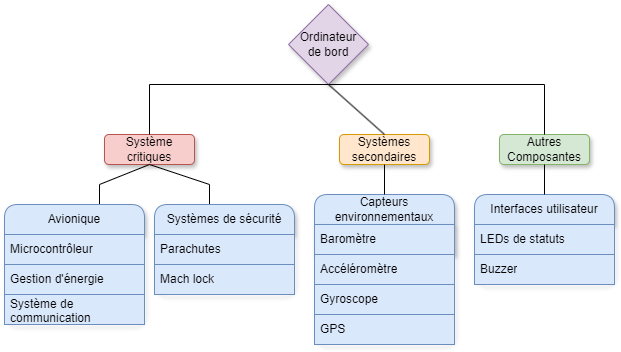
This is Documentation/ODB2/Explications/Diagram_Structure.png from GAULAvionique2024-2025/Ordinateur-de-bord, a draw.io export, as it was before one commit. Source tidied: cells renumbered, new cells last; positions are measured from the earlier drawing's top-left corner, leaving out a move shared by most shapes.
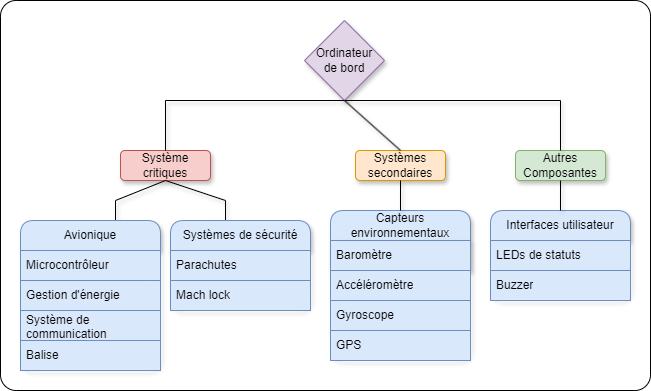
The same file after the commit.

Diff of the diagram source:
```diff
@@ -2,6 +2,9 @@
   <root>
     <mxCell id="0" />
     <mxCell id="1" parent="0" />
+    <mxCell id="28" style="rounded=1;whiteSpace=wrap;html=1;arcSize=4;" parent="1" vertex="1">
+      <mxGeometry x="-20" y="-20" width="650" height="390" as="geometry" />
+    </mxCell>
     <mxCell id="2" value="Ordinateur&lt;div&gt;de bord&lt;/div&gt;" style="rhombus;whiteSpace=wrap;html=1;fillColor=#e1d5e7;strokeColor=#9673a6;rounded=0;shadow=1;" parent="1" vertex="1">
       <mxGeometry x="284" width="80" height="80" as="geometry" />
     </mxCell>
@@ -14,24 +17,24 @@
     <mxCell id="5" value="Système&lt;div&gt;critiques&lt;/div&gt;" style="rounded=1;whiteSpace=wrap;html=1;shadow=1;fillColor=#f8cecc;strokeColor=#b85450;" parent="1" vertex="1">
       <mxGeometry x="100" y="130" width="90" height="30" as="geometry" />
     </mxCell>
-    <mxCell id="6" style="endArrow=none;html=1;rounded=0;exitX=0.5;exitY=0;exitDx=0;exitDy=0;entryX=0.5;entryY=1;entryDx=0;entryDy=0;shadow=0;flowAnimation=0;" parent="1" edge="1" source="5" target="2">
+    <mxCell id="6" style="endArrow=none;html=1;rounded=0;exitX=0.5;exitY=0;exitDx=0;exitDy=0;entryX=0.5;entryY=1;entryDx=0;entryDy=0;shadow=1;flowAnimation=0;" parent="1" edge="1" source="5" target="2">
       <mxGeometry relative="1" as="geometry">
         <Array as="points">
           <mxPoint x="145" y="80" />
         </Array>
       </mxGeometry>
     </mxCell>
-    <mxCell id="7" style="endArrow=none;html=1;rounded=0;exitX=0.5;exitY=0;exitDx=0;exitDy=0;entryX=0.5;entryY=1;entryDx=0;entryDy=0;" parent="1" edge="1" source="4" target="2">
+    <mxCell id="7" style="endArrow=none;html=1;rounded=0;exitX=0.5;exitY=0;exitDx=0;exitDy=0;entryX=0.5;entryY=1;entryDx=0;entryDy=0;shadow=1;" parent="1" edge="1" source="4" target="2">
       <mxGeometry relative="1" as="geometry">
         <Array as="points">
           <mxPoint x="540" y="80" />
         </Array>
       </mxGeometry>
     </mxCell>
-    <mxCell id="8" style="endArrow=none;html=1;rounded=0;exitX=0.5;exitY=0;exitDx=0;exitDy=0;entryX=0.5;entryY=1;entryDx=0;entryDy=0;" parent="1" edge="1" source="3" target="2">
+    <mxCell id="8" style="endArrow=none;html=1;rounded=0;exitX=0.5;exitY=0;exitDx=0;exitDy=0;entryX=0.5;entryY=1;entryDx=0;entryDy=0;shadow=1;" parent="1" edge="1" source="3" target="2">
       <mxGeometry relative="1" as="geometry" />
     </mxCell>
-    <mxCell id="9" style="endArrow=none;html=1;rounded=0;entryX=0.5;entryY=1;entryDx=0;entryDy=0;exitX=0.5;exitY=0;exitDx=0;exitDy=0;" parent="1" edge="1" target="5">
+    <mxCell id="9" style="endArrow=none;html=1;rounded=0;entryX=0.5;entryY=1;entryDx=0;entryDy=0;exitX=0.5;exitY=0;exitDx=0;exitDy=0;shadow=1;" parent="1" edge="1" target="5">
       <mxGeometry relative="1" as="geometry">
         <mxPoint x="95" y="200" as="sourcePoint" />
         <Array as="points">
@@ -39,7 +42,7 @@
         </Array>
       </mxGeometry>
     </mxCell>
-    <mxCell id="10" style="endArrow=none;html=1;rounded=0;exitX=0.5;exitY=1;exitDx=0;exitDy=0;entryX=0.5;entryY=0;entryDx=0;entryDy=0;" parent="1" edge="1" source="5">
+    <mxCell id="10" style="endArrow=none;html=1;rounded=0;exitX=0.5;exitY=1;exitDx=0;exitDy=0;entryX=0.5;entryY=0;entryDx=0;entryDy=0;shadow=1;" parent="1" edge="1" source="5">
       <mxGeometry relative="1" as="geometry">
         <mxPoint x="205" y="200" as="targetPoint" />
         <Array as="points">
@@ -48,7 +51,7 @@
       </mxGeometry>
     </mxCell>
     <mxCell id="11" value="Avionique" style="swimlane;fontStyle=0;horizontal=1;startSize=30;whiteSpace=wrap;html=1;rounded=1;shadow=1;fillColor=#dae8fc;strokeColor=#6c8ebf;" parent="1" vertex="1">
-      <mxGeometry y="200" width="140" height="120" as="geometry" />
+      <mxGeometry y="200" width="140" height="150" as="geometry" />
     </mxCell>
     <mxCell id="12" value="Microcontrôleur" style="text;strokeColor=#6c8ebf;fillColor=#dae8fc;align=left;verticalAlign=middle;spacingLeft=4;spacingRight=4;overflow=hidden;whiteSpace=wrap;html=1;" parent="11" vertex="1">
       <mxGeometry y="30" width="140" height="30" as="geometry" />
@@ -59,6 +62,9 @@
     <mxCell id="14" value="Système de communication" style="text;strokeColor=#6c8ebf;fillColor=#dae8fc;align=left;verticalAlign=middle;spacingLeft=4;spacingRight=4;overflow=hidden;whiteSpace=wrap;html=1;" parent="11" vertex="1">
       <mxGeometry y="90" width="140" height="30" as="geometry" />
     </mxCell>
+    <mxCell id="29" value="Balise" style="text;strokeColor=#6c8ebf;fillColor=#dae8fc;align=left;verticalAlign=middle;spacingLeft=4;spacingRight=4;overflow=hidden;whiteSpace=wrap;html=1;" parent="11" vertex="1">
+      <mxGeometry y="120" width="140" height="30" as="geometry" />
+    </mxCell>
     <mxCell id="15" value="Systèmes de sécurité" style="swimlane;fontStyle=0;horizontal=1;startSize=30;whiteSpace=wrap;html=1;rounded=1;shadow=1;fillColor=#dae8fc;strokeColor=#6c8ebf;" parent="1" vertex="1">
       <mxGeometry x="150" y="200" width="140" height="90" as="geometry" />
     </mxCell>
@@ -92,10 +98,10 @@
     <mxCell id="25" value="Buzzer" style="text;strokeColor=#6c8ebf;fillColor=#dae8fc;align=left;verticalAlign=middle;spacingLeft=4;spacingRight=4;overflow=hidden;whiteSpace=wrap;html=1;" parent="23" vertex="1">
       <mxGeometry y="60" width="140" height="30" as="geometry" />
     </mxCell>
-    <mxCell id="26" style="endArrow=none;html=1;rounded=0;exitX=0.5;exitY=1;exitDx=0;exitDy=0;entryX=0.5;entryY=0;entryDx=0;entryDy=0;" parent="1" edge="1" source="3" target="18">
+    <mxCell id="26" style="endArrow=none;html=1;rounded=0;exitX=0.5;exitY=1;exitDx=0;exitDy=0;entryX=0.5;entryY=0;entryDx=0;entryDy=0;shadow=1;" parent="1" edge="1" source="3" target="18">
       <mxGeometry relative="1" as="geometry" />
     </mxCell>
-    <mxCell id="27" style="endArrow=none;html=1;rounded=0;exitX=0.5;exitY=0;exitDx=0;exitDy=0;entryX=0.5;entryY=1;entryDx=0;entryDy=0;" parent="1" edge="1" source="23" target="4">
+    <mxCell id="27" style="endArrow=none;html=1;rounded=0;exitX=0.5;exitY=0;exitDx=0;exitDy=0;entryX=0.5;entryY=1;entryDx=0;entryDy=0;shadow=1;" parent="1" edge="1" source="23" target="4">
       <mxGeometry relative="1" as="geometry" />
     </mxCell>
   </root>
```
